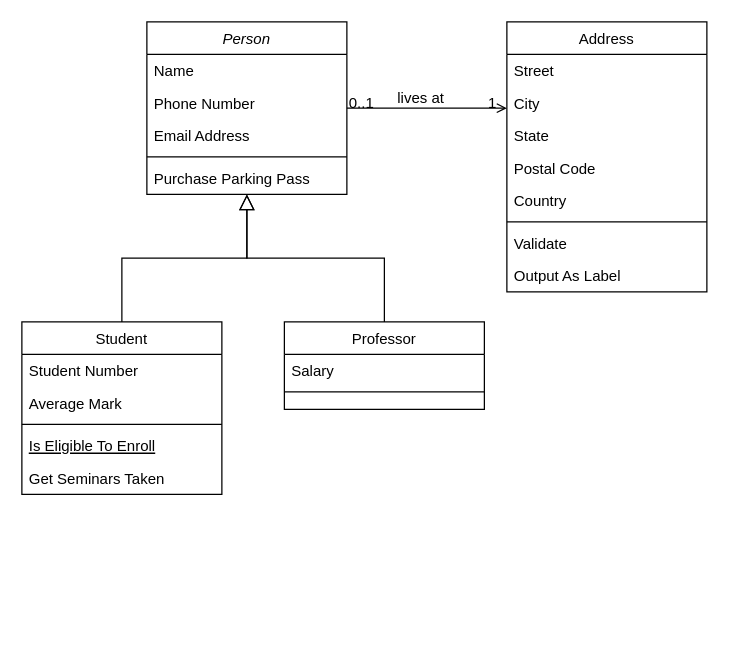
Before: Unbenanntes Diagramm.drawio in asNiklas/MinApp4MaxProgression, a draw.io diagram. Source tidied: cells renumbered, new cells numbered last; positions are measured from the earlier drawing's top-left corner, leaving out a move shared by most shapes. Both pictures are drawn from the tidied source at 125%, with x=0, y=0 at pixel (21, 21).
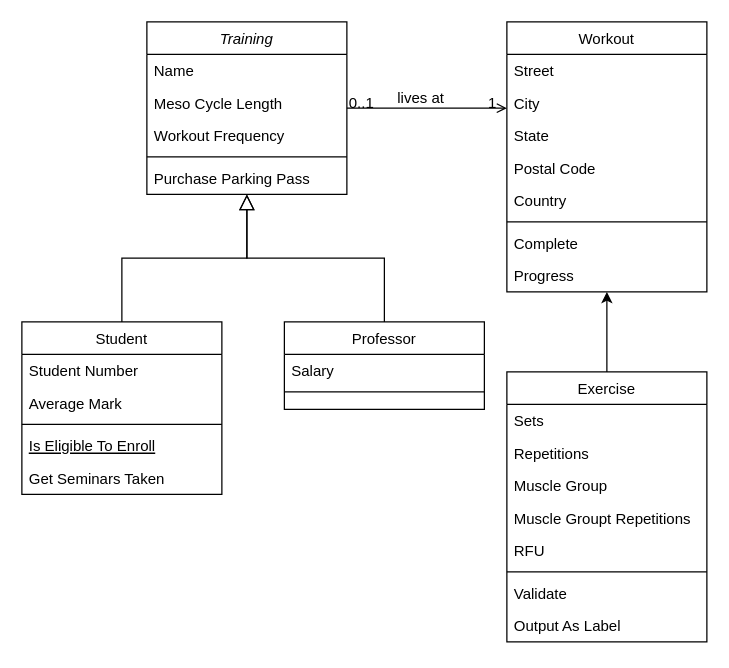
The same page after the edit.

Diff of the diagram source:
```diff
@@
-    <mxCell id="2" value="Person" style="swimlane;fontStyle=2;align=center;verticalAlign=top;horizontal=1;startSize=26;rounded=0;shadow=0;strokeWidth=1;" parent="1" vertex="1">
+    <mxCell id="2" value="Training" style="swimlane;fontStyle=2;align=center;verticalAlign=top;horizontal=1;startSize=26;rounded=0;shadow=0;strokeWidth=1;" parent="1" vertex="1">
       <mxGeometry x="100" width="160" height="138" as="geometry" />
     </mxCell>
@@
-    <mxCell id="4" value="Phone Number" style="text;align=left;verticalAlign=top;spacingLeft=4;spacingRight=4;overflow=hidden;rounded=0;shadow=0;html=0;" parent="2" vertex="1">
+    <mxCell id="4" value="Meso Cycle Length" style="text;align=left;verticalAlign=top;spacingLeft=4;spacingRight=4;overflow=hidden;rounded=0;shadow=0;html=0;" parent="2" vertex="1">
       <mxGeometry y="52" width="160" height="26" as="geometry" />
     </mxCell>
-    <mxCell id="5" value="Email Address" style="text;align=left;verticalAlign=top;spacingLeft=4;spacingRight=4;overflow=hidden;rounded=0;shadow=0;html=0;" parent="2" vertex="1">
+    <mxCell id="5" value="Workout Frequency" style="text;align=left;verticalAlign=top;spacingLeft=4;spacingRight=4;overflow=hidden;rounded=0;shadow=0;html=0;" parent="2" vertex="1">
       <mxGeometry y="78" width="160" height="26" as="geometry" />
     </mxCell>
@@
-    <mxCell id="19" value="Address" style="swimlane;fontStyle=0;align=center;verticalAlign=top;horizontal=1;startSize=26;rounded=0;shadow=0;strokeWidth=1;" parent="1" vertex="1">
+    <mxCell id="19" value="Workout" style="swimlane;fontStyle=0;align=center;verticalAlign=top;horizontal=1;startSize=26;rounded=0;shadow=0;strokeWidth=1;" parent="1" vertex="1">
       <mxGeometry x="388" width="160" height="216" as="geometry" />
     </mxCell>
@@
-    <mxCell id="26" value="Validate" style="text;align=left;verticalAlign=top;spacingLeft=4;spacingRight=4;overflow=hidden;" parent="19" vertex="1">
+    <mxCell id="26" value="Complete" style="text;align=left;verticalAlign=top;spacingLeft=4;spacingRight=4;overflow=hidden;" parent="19" vertex="1">
       <mxGeometry y="164" width="160" height="26" as="geometry" />
     </mxCell>
-    <mxCell id="27" value="Output As Label" style="text;align=left;verticalAlign=top;spacingLeft=4;spacingRight=4;overflow=hidden;points=[[0,0.5],[1,0.5]];portConstraint=eastwest;" parent="19" vertex="1">
+    <mxCell id="27" value="Progress" style="text;align=left;verticalAlign=top;spacingLeft=4;spacingRight=4;overflow=hidden;points=[[0,0.5],[1,0.5]];portConstraint=eastwest;" parent="19" vertex="1">
       <mxGeometry y="190" width="160" height="26" as="geometry" />
     </mxCell>
@@
+    <mxCell id="32" style="edgeStyle=orthogonalEdgeStyle;rounded=0;jettySize=auto;html=1;" parent="1" edge="1" source="33" target="27">
+      <mxGeometry relative="1" as="geometry">
+        <Array as="points">
+          <mxPoint x="468" y="230" />
+          <mxPoint x="468" y="230" />
+        </Array>
+      </mxGeometry>
+    </mxCell>
+    <mxCell id="33" value="Exercise" style="swimlane;fontStyle=0;align=center;verticalAlign=top;horizontal=1;startSize=26;rounded=0;shadow=0;strokeWidth=1;" parent="1" vertex="1">
+      <mxGeometry x="388" y="280" width="160" height="216" as="geometry" />
+    </mxCell>
+    <mxCell id="34" value="Sets" style="text;align=left;verticalAlign=top;spacingLeft=4;spacingRight=4;overflow=hidden;" parent="33" vertex="1">
+      <mxGeometry y="26" width="160" height="26" as="geometry" />
+    </mxCell>
+    <mxCell id="35" value="Repetitions" style="text;align=left;verticalAlign=top;spacingLeft=4;spacingRight=4;overflow=hidden;rounded=0;shadow=0;html=0;" parent="33" vertex="1">
+      <mxGeometry y="52" width="160" height="26" as="geometry" />
+    </mxCell>
+    <mxCell id="36" value="Muscle Group" style="text;align=left;verticalAlign=top;spacingLeft=4;spacingRight=4;overflow=hidden;rounded=0;shadow=0;html=0;" parent="33" vertex="1">
+      <mxGeometry y="78" width="160" height="26" as="geometry" />
+    </mxCell>
+    <mxCell id="37" value="Muscle Groupt Repetitions" style="text;align=left;verticalAlign=top;spacingLeft=4;spacingRight=4;overflow=hidden;rounded=0;shadow=0;html=0;" parent="33" vertex="1">
+      <mxGeometry y="104" width="160" height="26" as="geometry" />
+    </mxCell>
+    <mxCell id="38" value="RFU" style="text;align=left;verticalAlign=top;spacingLeft=4;spacingRight=4;overflow=hidden;rounded=0;shadow=0;html=0;" parent="33" vertex="1">
+      <mxGeometry y="130" width="160" height="26" as="geometry" />
+    </mxCell>
+    <mxCell id="39" style="line;html=1;strokeWidth=1;align=left;verticalAlign=middle;spacingTop=-1;spacingLeft=3;spacingRight=3;labelPosition=right;" parent="33" vertex="1">
+      <mxGeometry y="156" width="160" height="8" as="geometry" />
+    </mxCell>
+    <mxCell id="40" value="Validate" style="text;align=left;verticalAlign=top;spacingLeft=4;spacingRight=4;overflow=hidden;" parent="33" vertex="1">
+      <mxGeometry y="164" width="160" height="26" as="geometry" />
+    </mxCell>
+    <mxCell id="41" value="Output As Label" style="text;align=left;verticalAlign=top;spacingLeft=4;spacingRight=4;overflow=hidden;" parent="33" vertex="1">
+      <mxGeometry y="190" width="160" height="26" as="geometry" />
+    </mxCell>
```
